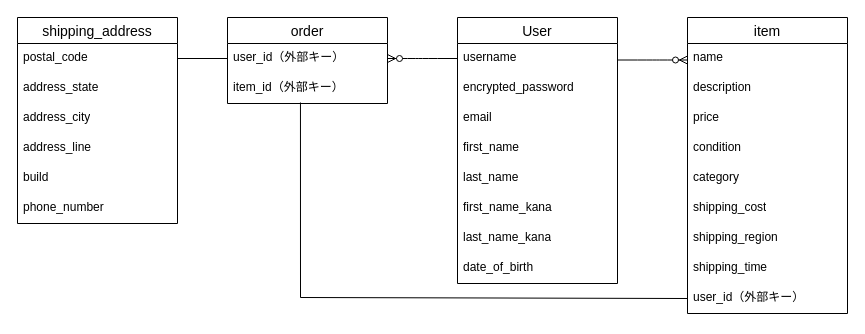
Above: ER.dio in agkazuya/furima-41808 (draw.io), before the change. Source tidied: cells renumbered, new cells numbered last; positions are measured from the earlier drawing's top-left corner, leaving out a move shared by most shapes. Both pictures are drawn from the tidied source at 100%, with x=0, y=0 at pixel (17, -1).
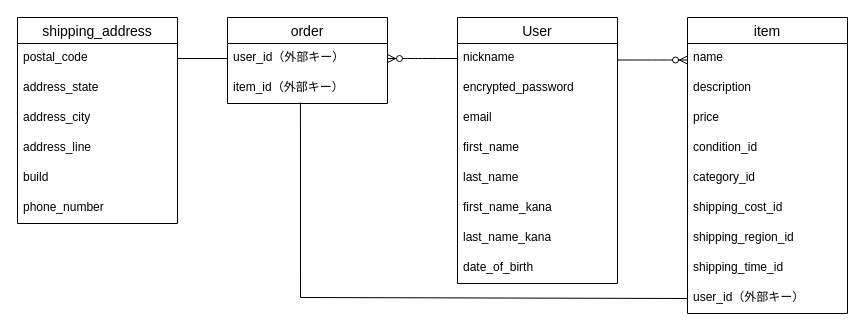
The same diagram, later.

Commit message (it also covers changes not shown here):
データベース設計

The change refers to these unchanged cells:
```xml
<mxCell id="2" value="User" style="swimlane;fontStyle=0;horizontal=1;startSize=26;align=center;fontSize=14;" parent="1" vertex="1">
  <mxGeometry x="440" y="18" width="160" height="266" as="geometry" />
</mxCell>
<mxCell id="11" value="item" style="swimlane;fontStyle=0;horizontal=1;startSize=26;align=center;fontSize=14;" parent="1" vertex="1">
  <mxGeometry x="670" y="18" width="160" height="296" as="geometry" />
</mxCell>
```

What changed in the source:
```diff
@@
-    <mxCell id="3" value="username" style="text;strokeColor=none;fillColor=none;spacingLeft=4;spacingRight=4;overflow=hidden;points=[[0,0.5],[1,0.5]];portConstraint=eastwest;fontSize=12;whiteSpace=wrap;html=1;" parent="2" vertex="1">
+    <mxCell id="3" value="nickname" style="text;strokeColor=none;fillColor=none;spacingLeft=4;spacingRight=4;overflow=hidden;points=[[0,0.5],[1,0.5]];portConstraint=eastwest;fontSize=12;whiteSpace=wrap;html=1;" parent="2" vertex="1">
       <mxGeometry y="26" width="160" height="30" as="geometry" />
     </mxCell>
@@
-    <mxCell id="15" value="condition" style="text;strokeColor=none;fillColor=none;spacingLeft=4;spacingRight=4;overflow=hidden;fontSize=12;whiteSpace=wrap;html=1;" parent="11" vertex="1">
+    <mxCell id="15" value="condition_id" style="text;strokeColor=none;fillColor=none;spacingLeft=4;spacingRight=4;overflow=hidden;fontSize=12;whiteSpace=wrap;html=1;" parent="11" vertex="1">
       <mxGeometry y="116" width="160" height="30" as="geometry" />
     </mxCell>
-    <mxCell id="16" value="category" style="text;strokeColor=none;fillColor=none;spacingLeft=4;spacingRight=4;overflow=hidden;fontSize=12;whiteSpace=wrap;html=1;" parent="11" vertex="1">
+    <mxCell id="16" value="category_id" style="text;strokeColor=none;fillColor=none;spacingLeft=4;spacingRight=4;overflow=hidden;fontSize=12;whiteSpace=wrap;html=1;" parent="11" vertex="1">
       <mxGeometry y="146" width="160" height="30" as="geometry" />
     </mxCell>
-    <mxCell id="17" value="shipping_cost" style="text;strokeColor=none;fillColor=none;spacingLeft=4;spacingRight=4;overflow=hidden;fontSize=12;whiteSpace=wrap;html=1;" parent="11" vertex="1">
+    <mxCell id="17" value="shipping_cost_id" style="text;strokeColor=none;fillColor=none;spacingLeft=4;spacingRight=4;overflow=hidden;fontSize=12;whiteSpace=wrap;html=1;" parent="11" vertex="1">
       <mxGeometry y="176" width="160" height="30" as="geometry" />
     </mxCell>
-    <mxCell id="18" value="shipping_region" style="text;strokeColor=none;fillColor=none;spacingLeft=4;spacingRight=4;overflow=hidden;fontSize=12;whiteSpace=wrap;html=1;" parent="11" vertex="1">
+    <mxCell id="18" value="shipping_region_id" style="text;strokeColor=none;fillColor=none;spacingLeft=4;spacingRight=4;overflow=hidden;fontSize=12;whiteSpace=wrap;html=1;" parent="11" vertex="1">
       <mxGeometry y="206" width="160" height="30" as="geometry" />
     </mxCell>
-    <mxCell id="19" value="shipping_time" style="text;strokeColor=none;fillColor=none;spacingLeft=4;spacingRight=4;overflow=hidden;fontSize=12;whiteSpace=wrap;html=1;" parent="11" vertex="1">
+    <mxCell id="19" value="shipping_time_id" style="text;strokeColor=none;fillColor=none;spacingLeft=4;spacingRight=4;overflow=hidden;fontSize=12;whiteSpace=wrap;html=1;" parent="11" vertex="1">
       <mxGeometry y="236" width="160" height="30" as="geometry" />
     </mxCell>
```
